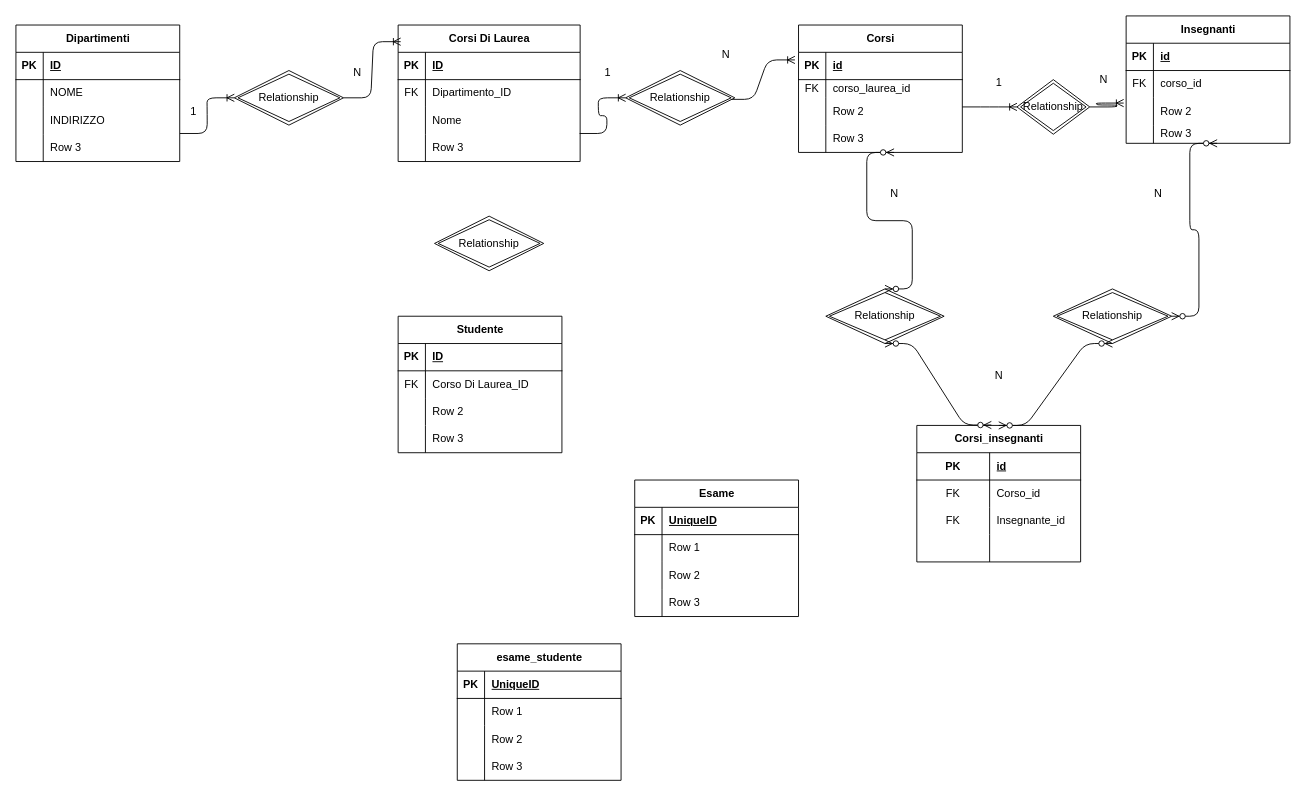
Earlier version of the draw.io diagram Università.drawio (UmbertoCarbone/db-university). Source tidied: cells renumbered, new cells numbered last; positions are measured from the earlier drawing's top-left corner, leaving out a move shared by most shapes. Both pictures are drawn from the tidied source at 91%, with x=0, y=0 at pixel (15, 15).
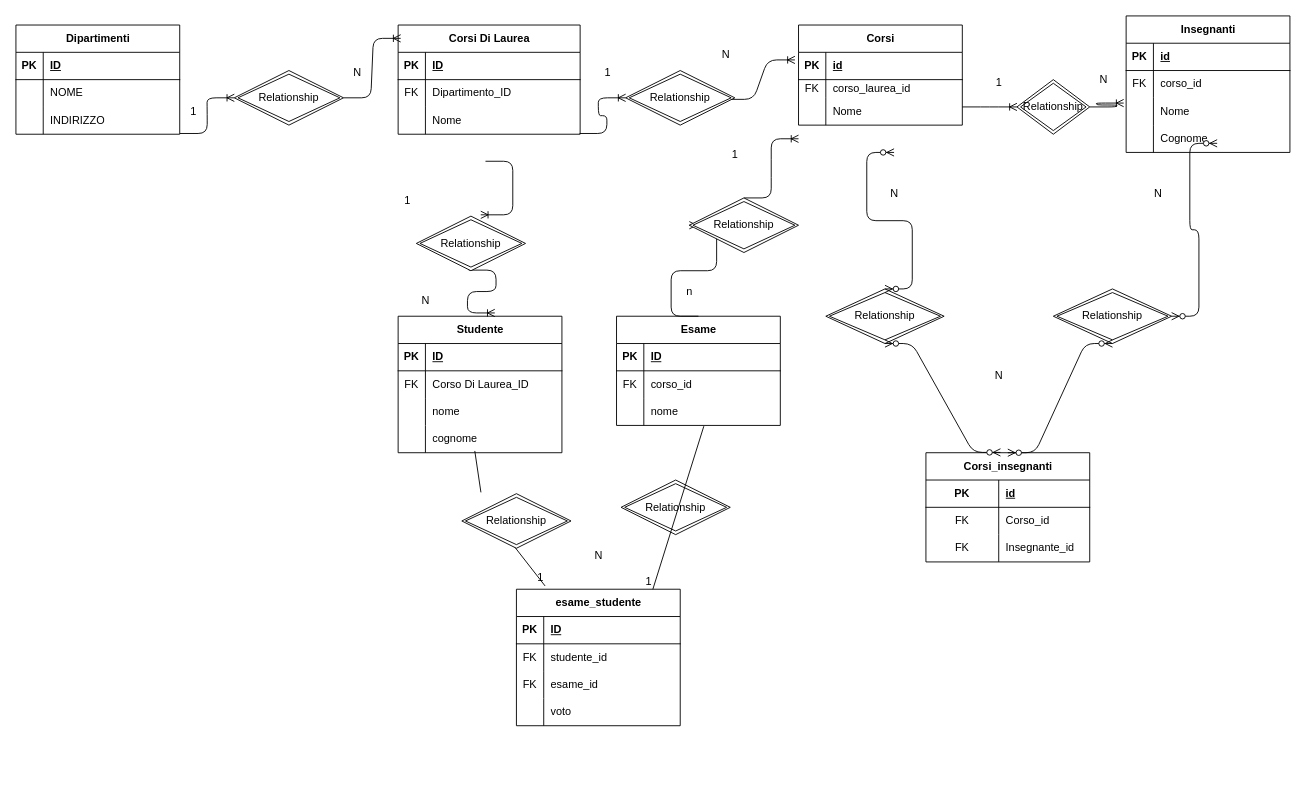
The same diagram, later.

Unchanged cells that the change refers to:
```xml
<mxCell id="35" style="shape=tableRow;horizontal=0;startSize=0;swimlaneHead=0;swimlaneBody=0;fillColor=none;top=0;left=0;right=0;bottom=0;" parent="28" vertex="1">
  <mxGeometry y="80" width="180" height="30" as="geometry" />
</mxCell>
<mxCell id="48" style="shape=tableRow;horizontal=0;startSize=0;swimlaneHead=0;swimlaneBody=0;fillColor=none;top=0;left=0;right=0;bottom=0;" parent="41" vertex="1">
  <mxGeometry y="90" width="180" height="30" as="geometry" />
</mxCell>
<mxCell id="55" style="shape=tableRow;horizontal=0;startSize=0;swimlaneHead=0;swimlaneBody=0;fillColor=none;top=0;left=0;right=0;bottom=1;" parent="54" vertex="1">
  <mxGeometry y="30" width="180" height="30" as="geometry" />
</mxCell>
<mxCell id="58" style="shape=tableRow;horizontal=0;startSize=0;swimlaneHead=0;swimlaneBody=0;fillColor=none;top=0;left=0;right=0;bottom=0;" parent="54" vertex="1">
  <mxGeometry y="60" width="180" height="30" as="geometry" />
</mxCell>
<mxCell id="61" style="shape=tableRow;horizontal=0;startSize=0;swimlaneHead=0;swimlaneBody=0;fillColor=none;points=[[0,0.5],[1,0.5]];portConstraint=eastwest;top=0;left=0;right=0;bottom=0;" parent="54" vertex="1">
  <mxGeometry y="90" width="180" height="30" as="geometry" />
</mxCell>
<mxCell id="67" value="Studente" style="shape=table;startSize=30;childLayout=tableLayout;rowLines=0;fontStyle=1;align=center;html=1;" parent="1" vertex="1">
  <mxGeometry x="420" y="330" width="180" height="150" as="geometry" />
</mxCell>
<mxCell id="74" style="shape=tableRow;horizontal=0;startSize=0;swimlaneHead=0;swimlaneBody=0;fillColor=none;top=0;left=0;right=0;bottom=0;" parent="67" vertex="1">
  <mxGeometry y="90" width="180" height="30" as="geometry" />
</mxCell>
<mxCell id="77" style="shape=tableRow;horizontal=0;startSize=0;swimlaneHead=0;swimlaneBody=0;fillColor=none;points=[[0,0.5],[1,0.5]];portConstraint=eastwest;top=0;left=0;right=0;bottom=0;" parent="67" vertex="1">
  <mxGeometry y="120" width="180" height="30" as="geometry" />
</mxCell>
<mxCell id="83" value="Relationship" style="shape=rhombus;double=1;perimeter=rhombusPerimeter;whiteSpace=wrap;html=1;align=center;" parent="1" vertex="1">
  <mxGeometry x="240" y="60" width="120" height="60" as="geometry" />
</mxCell>
<mxCell id="85" value="Relationship" style="shape=rhombus;double=1;perimeter=rhombusPerimeter;whiteSpace=wrap;html=1;align=center;" parent="1" vertex="1">
  <mxGeometry x="670" y="60" width="120" height="60" as="geometry" />
</mxCell>
<mxCell id="118" style="shape=tableRow;horizontal=0;startSize=0;swimlaneHead=0;swimlaneBody=0;fillColor=none;top=0;left=0;right=0;bottom=1;" parent="117" vertex="1">
  <mxGeometry y="30" width="180" height="30" as="geometry" />
</mxCell>
<mxCell id="121" style="shape=tableRow;horizontal=0;startSize=0;swimlaneHead=0;swimlaneBody=0;fillColor=none;top=0;left=0;right=0;bottom=0;" parent="117" vertex="1">
  <mxGeometry y="60" width="180" height="30" as="geometry" />
</mxCell>
<mxCell id="124" style="shape=tableRow;horizontal=0;startSize=0;swimlaneHead=0;swimlaneBody=0;fillColor=none;top=0;left=0;right=0;bottom=0;" parent="117" vertex="1">
  <mxGeometry y="90" width="180" height="30" as="geometry" />
</mxCell>
<mxCell id="127" style="shape=tableRow;horizontal=0;startSize=0;swimlaneHead=0;swimlaneBody=0;fillColor=none;top=0;left=0;right=0;bottom=0;" parent="117" vertex="1">
  <mxGeometry y="120" width="180" height="30" as="geometry" />
</mxCell>
```

Change to the diagram source:
```diff
@@
     <mxCell id="2" value="Dipartimenti" style="shape=table;startSize=30;childLayout=tableLayout;rowLines=0;fontStyle=1;align=center;html=1;" parent="1" vertex="1">
-      <mxGeometry y="10" width="180" height="150" as="geometry" />
+      <mxGeometry y="10" width="180" height="120" as="geometry" />
     </mxCell>
@@
-    <mxCell id="12" style="shape=tableRow;horizontal=0;startSize=0;swimlaneHead=0;swimlaneBody=0;fillColor=none;points=[[0,0.5],[1,0.5]];portConstraint=eastwest;top=0;left=0;right=0;bottom=0;" parent="2" vertex="1">
-      <mxGeometry y="120" width="180" height="30" as="geometry" />
-    </mxCell>
-    <mxCell id="13" style="shape=partialRectangle;fillColor=none;top=0;left=0;bottom=0;right=0;overflow=hidden;whiteSpace=wrap;html=1;" parent="12" vertex="1">
-      <mxGeometry width="30" height="30" as="geometry" />
-    </mxCell>
-    <mxCell id="14" value="Row 3" style="shape=partialRectangle;fillColor=none;top=0;left=0;bottom=0;right=0;align=left;spacingLeft=6;overflow=hidden;whiteSpace=wrap;html=1;" parent="12" vertex="1">
-      <mxGeometry x="30" width="150" height="30" as="geometry" />
-    </mxCell>
     <mxCell id="15" value="Corsi Di Laurea" style="shape=table;startSize=30;childLayout=tableLayout;rowLines=0;fontStyle=1;align=center;html=1;" parent="1" vertex="1">
-      <mxGeometry x="420" y="10" width="200" height="150" as="geometry" />
+      <mxGeometry x="420" y="10" width="200" height="120" as="geometry" />
     </mxCell>
@@
-    <mxCell id="25" style="shape=tableRow;horizontal=0;startSize=0;swimlaneHead=0;swimlaneBody=0;fillColor=none;points=[[0,0.5],[1,0.5]];portConstraint=eastwest;top=0;left=0;right=0;bottom=0;" parent="15" vertex="1">
-      <mxGeometry y="120" width="200" height="30" as="geometry" />
-    </mxCell>
-    <mxCell id="26" style="shape=partialRectangle;fillColor=none;top=0;left=0;bottom=0;right=0;overflow=hidden;whiteSpace=wrap;html=1;" parent="25" vertex="1">
-      <mxGeometry width="30" height="30" as="geometry" />
-    </mxCell>
-    <mxCell id="27" value="Row 3" style="shape=partialRectangle;fillColor=none;top=0;left=0;bottom=0;right=0;align=left;spacingLeft=6;overflow=hidden;whiteSpace=wrap;html=1;" parent="25" vertex="1">
-      <mxGeometry x="30" width="170" height="30" as="geometry" />
-    </mxCell>
     <mxCell id="28" value="Corsi" style="shape=table;startSize=30;childLayout=tableLayout;rowLines=0;fontStyle=1;align=center;html=1;" parent="1" vertex="1">
-      <mxGeometry x="860" y="10" width="180" height="140" as="geometry" />
+      <mxGeometry x="860" y="10" width="180" height="110" as="geometry" />
     </mxCell>
@@
-    <mxCell id="37" value="Row 2" style="shape=partialRectangle;fillColor=none;top=0;left=0;bottom=0;right=0;align=left;spacingLeft=6;overflow=hidden;whiteSpace=wrap;html=1;" parent="35" vertex="1">
+    <mxCell id="37" value="Nome" style="shape=partialRectangle;fillColor=none;top=0;left=0;bottom=0;right=0;align=left;spacingLeft=6;overflow=hidden;whiteSpace=wrap;html=1;" parent="35" vertex="1">
       <mxGeometry x="30" width="150" height="30" as="geometry" />
     </mxCell>
-    <mxCell id="38" style="shape=tableRow;horizontal=0;startSize=0;swimlaneHead=0;swimlaneBody=0;fillColor=none;top=0;left=0;right=0;bottom=0;" parent="28" vertex="1">
-      <mxGeometry y="110" width="180" height="30" as="geometry" />
-    </mxCell>
-    <mxCell id="39" style="shape=partialRectangle;fillColor=none;top=0;left=0;bottom=0;right=0;overflow=hidden;whiteSpace=wrap;html=1;" parent="38" vertex="1">
-      <mxGeometry width="30" height="30" as="geometry" />
-    </mxCell>
-    <mxCell id="40" value="Row 3" style="shape=partialRectangle;fillColor=none;top=0;left=0;bottom=0;right=0;align=left;spacingLeft=6;overflow=hidden;whiteSpace=wrap;html=1;" parent="38" vertex="1">
-      <mxGeometry x="30" width="150" height="30" as="geometry" />
-    </mxCell>
     <mxCell id="41" value="Insegnanti" style="shape=table;startSize=30;childLayout=tableLayout;rowLines=0;fontStyle=1;align=center;html=1;" parent="1" vertex="1">
-      <mxGeometry x="1220" width="180" height="140" as="geometry" />
+      <mxGeometry x="1220" width="180" height="150" as="geometry" />
     </mxCell>
@@
-    <mxCell id="50" value="Row 2" style="shape=partialRectangle;fillColor=none;top=0;left=0;bottom=0;right=0;align=left;spacingLeft=6;overflow=hidden;whiteSpace=wrap;html=1;" parent="48" vertex="1">
+    <mxCell id="50" value="Nome" style="shape=partialRectangle;fillColor=none;top=0;left=0;bottom=0;right=0;align=left;spacingLeft=6;overflow=hidden;whiteSpace=wrap;html=1;" parent="48" vertex="1">
       <mxGeometry x="30" width="150" height="30" as="geometry" />
     </mxCell>
     <mxCell id="51" style="shape=tableRow;horizontal=0;startSize=0;swimlaneHead=0;swimlaneBody=0;fillColor=none;top=0;left=0;right=0;bottom=0;" parent="41" vertex="1">
-      <mxGeometry y="120" width="180" height="20" as="geometry" />
+      <mxGeometry y="120" width="180" height="30" as="geometry" />
     </mxCell>
     <mxCell id="52" style="shape=partialRectangle;fillColor=none;top=0;left=0;bottom=0;right=0;overflow=hidden;whiteSpace=wrap;html=1;" parent="51" vertex="1">
-      <mxGeometry width="30" height="20" as="geometry" />
+      <mxGeometry width="30" height="30" as="geometry" />
     </mxCell>
-    <mxCell id="53" value="Row 3" style="shape=partialRectangle;fillColor=none;top=0;left=0;bottom=0;right=0;align=left;spacingLeft=6;overflow=hidden;whiteSpace=wrap;html=1;" parent="51" vertex="1">
-      <mxGeometry x="30" width="150" height="20" as="geometry" />
+    <mxCell id="53" value="Cognome" style="shape=partialRectangle;fillColor=none;top=0;left=0;bottom=0;right=0;align=left;spacingLeft=6;overflow=hidden;whiteSpace=wrap;html=1;" parent="51" vertex="1">
+      <mxGeometry x="30" width="150" height="30" as="geometry" />
     </mxCell>
     <mxCell id="54" value="Esame" style="shape=table;startSize=30;childLayout=tableLayout;rowLines=0;fontStyle=1;align=center;html=1;" parent="1" vertex="1">
-      <mxGeometry x="680" y="510" width="180" height="150" as="geometry" />
+      <mxGeometry x="660" y="330" width="180" height="120" as="geometry" />
     </mxCell>
@@
-    <mxCell id="57" value="UniqueID" style="shape=partialRectangle;fillColor=none;top=0;left=0;bottom=0;right=0;align=left;spacingLeft=6;fontStyle=5;overflow=hidden;whiteSpace=wrap;html=1;" parent="55" vertex="1">
+    <mxCell id="57" value="ID" style="shape=partialRectangle;fillColor=none;top=0;left=0;bottom=0;right=0;align=left;spacingLeft=6;fontStyle=5;overflow=hidden;whiteSpace=wrap;html=1;" parent="55" vertex="1">
       <mxGeometry x="30" width="150" height="30" as="geometry" />
     </mxCell>
@@
-    <mxCell id="59" style="shape=partialRectangle;fillColor=none;top=0;left=0;bottom=0;right=0;overflow=hidden;whiteSpace=wrap;html=1;" parent="58" vertex="1">
+    <mxCell id="59" value="FK" style="shape=partialRectangle;fillColor=none;top=0;left=0;bottom=0;right=0;overflow=hidden;whiteSpace=wrap;html=1;" parent="58" vertex="1">
       <mxGeometry width="30" height="30" as="geometry" />
     </mxCell>
-    <mxCell id="60" value="Row 1" style="shape=partialRectangle;fillColor=none;top=0;left=0;bottom=0;right=0;align=left;spacingLeft=6;overflow=hidden;whiteSpace=wrap;html=1;" parent="58" vertex="1">
+    <mxCell id="60" value="corso_id" style="shape=partialRectangle;fillColor=none;top=0;left=0;bottom=0;right=0;align=left;spacingLeft=6;overflow=hidden;whiteSpace=wrap;html=1;" parent="58" vertex="1">
       <mxGeometry x="30" width="150" height="30" as="geometry" />
     </mxCell>
@@
-    <mxCell id="63" value="Row 2" style="shape=partialRectangle;fillColor=none;top=0;left=0;bottom=0;right=0;align=left;spacingLeft=6;overflow=hidden;whiteSpace=wrap;html=1;" parent="61" vertex="1">
+    <mxCell id="63" value="nome" style="shape=partialRectangle;fillColor=none;top=0;left=0;bottom=0;right=0;align=left;spacingLeft=6;overflow=hidden;whiteSpace=wrap;html=1;" parent="61" vertex="1">
       <mxGeometry x="30" width="150" height="30" as="geometry" />
     </mxCell>
-    <mxCell id="64" style="shape=tableRow;horizontal=0;startSize=0;swimlaneHead=0;swimlaneBody=0;fillColor=none;top=0;left=0;right=0;bottom=0;" parent="54" vertex="1">
-      <mxGeometry y="120" width="180" height="30" as="geometry" />
-    </mxCell>
-    <mxCell id="65" style="shape=partialRectangle;fillColor=none;top=0;left=0;bottom=0;right=0;overflow=hidden;whiteSpace=wrap;html=1;" parent="64" vertex="1">
-      <mxGeometry width="30" height="30" as="geometry" />
-    </mxCell>
-    <mxCell id="66" value="Row 3" style="shape=partialRectangle;fillColor=none;top=0;left=0;bottom=0;right=0;align=left;spacingLeft=6;overflow=hidden;whiteSpace=wrap;html=1;" parent="64" vertex="1">
-      <mxGeometry x="30" width="150" height="30" as="geometry" />
-    </mxCell>
@@
-    <mxCell id="76" value="Row 2" style="shape=partialRectangle;fillColor=none;top=0;left=0;bottom=0;right=0;align=left;spacingLeft=6;overflow=hidden;whiteSpace=wrap;html=1;" parent="74" vertex="1">
+    <mxCell id="76" value="nome" style="shape=partialRectangle;fillColor=none;top=0;left=0;bottom=0;right=0;align=left;spacingLeft=6;overflow=hidden;whiteSpace=wrap;html=1;" parent="74" vertex="1">
       <mxGeometry x="30" width="150" height="30" as="geometry" />
     </mxCell>
@@
-    <mxCell id="79" value="Row 3" style="shape=partialRectangle;fillColor=none;top=0;left=0;bottom=0;right=0;align=left;spacingLeft=6;overflow=hidden;whiteSpace=wrap;html=1;" parent="77" vertex="1">
+    <mxCell id="79" value="cognome" style="shape=partialRectangle;fillColor=none;top=0;left=0;bottom=0;right=0;align=left;spacingLeft=6;overflow=hidden;whiteSpace=wrap;html=1;" parent="77" vertex="1">
       <mxGeometry x="30" width="150" height="30" as="geometry" />
     </mxCell>
@@
-    <mxCell id="82" style="edgeStyle=entityRelationEdgeStyle;fontSize=12;html=1;endArrow=ERoneToMany;exitX=1.001;exitY=-0.027;exitDx=0;exitDy=0;exitPerimeter=0;" parent="1" edge="1" source="12" target="83">
-      <mxGeometry relative="1" as="geometry" />
+    <mxCell id="82" style="edgeStyle=entityRelationEdgeStyle;fontSize=12;html=1;endArrow=ERoneToMany;exitX=1.001;exitY=-0.027;exitDx=0;exitDy=0;exitPerimeter=0;" parent="1" edge="1" target="83">
+      <mxGeometry relative="1" as="geometry">
+        <mxPoint x="180.2" y="129.2" as="sourcePoint" />
+      </mxGeometry>
     </mxCell>
@@
-    <mxCell id="84" style="edgeStyle=entityRelationEdgeStyle;fontSize=12;html=1;endArrow=ERoneToMany;exitX=0.997;exitY=-0.027;exitDx=0;exitDy=0;exitPerimeter=0;entryX=0;entryY=0.5;entryDx=0;entryDy=0;" parent="1" edge="1" source="25" target="85">
-      <mxGeometry relative="1" as="geometry" />
+    <mxCell id="84" style="edgeStyle=entityRelationEdgeStyle;fontSize=12;html=1;endArrow=ERoneToMany;exitX=0.997;exitY=-0.027;exitDx=0;exitDy=0;exitPerimeter=0;entryX=0;entryY=0.5;entryDx=0;entryDy=0;" parent="1" edge="1" target="85">
+      <mxGeometry relative="1" as="geometry">
+        <mxPoint x="619.4" y="129.2" as="sourcePoint" />
+      </mxGeometry>
     </mxCell>
@@
     <mxCell id="92" value="Corsi_insegnanti" style="shape=table;startSize=30;childLayout=tableLayout;rowLines=0;fontStyle=1;align=center;html=1;" parent="1" vertex="1">
-      <mxGeometry x="990" y="450" width="180" height="150" as="geometry" />
+      <mxGeometry x="1000" y="480" width="180" height="120" as="geometry" />
     </mxCell>
@@
-    <mxCell id="102" style="shape=tableRow;horizontal=0;startSize=0;swimlaneHead=0;swimlaneBody=0;fillColor=none;top=0;left=0;right=0;bottom=0;" parent="92" vertex="1">
-      <mxGeometry y="120" width="180" height="30" as="geometry" />
-    </mxCell>
-    <mxCell id="103" style="shape=partialRectangle;fillColor=none;top=0;left=0;bottom=0;right=0;overflow=hidden;whiteSpace=wrap;html=1;" parent="102" vertex="1">
-      <mxGeometry width="80" height="30" as="geometry" />
-    </mxCell>
-    <mxCell id="104" style="shape=partialRectangle;fillColor=none;top=0;left=0;bottom=0;right=0;align=left;spacingLeft=6;overflow=hidden;whiteSpace=wrap;html=1;" parent="102" vertex="1">
-      <mxGeometry x="80" width="100" height="30" as="geometry" />
-    </mxCell>
@@
     <mxCell id="117" value="esame_studente" style="shape=table;startSize=30;childLayout=tableLayout;rowLines=0;fontStyle=1;align=center;html=1;" parent="1" vertex="1">
-      <mxGeometry x="485" y="690" width="180" height="150" as="geometry" />
+      <mxGeometry x="550" y="630" width="180" height="150" as="geometry" />
     </mxCell>
@@
-    <mxCell id="120" value="UniqueID" style="shape=partialRectangle;fillColor=none;top=0;left=0;bottom=0;right=0;align=left;spacingLeft=6;fontStyle=5;overflow=hidden;whiteSpace=wrap;html=1;" parent="118" vertex="1">
+    <mxCell id="120" value="ID" style="shape=partialRectangle;fillColor=none;top=0;left=0;bottom=0;right=0;align=left;spacingLeft=6;fontStyle=5;overflow=hidden;whiteSpace=wrap;html=1;" parent="118" vertex="1">
       <mxGeometry x="30" width="150" height="30" as="geometry" />
     </mxCell>
@@
-    <mxCell id="122" style="shape=partialRectangle;fillColor=none;top=0;left=0;bottom=0;right=0;overflow=hidden;whiteSpace=wrap;html=1;" parent="121" vertex="1">
+    <mxCell id="122" value="FK" style="shape=partialRectangle;fillColor=none;top=0;left=0;bottom=0;right=0;overflow=hidden;whiteSpace=wrap;html=1;" parent="121" vertex="1">
       <mxGeometry width="30" height="30" as="geometry" />
     </mxCell>
-    <mxCell id="123" value="Row 1" style="shape=partialRectangle;fillColor=none;top=0;left=0;bottom=0;right=0;align=left;spacingLeft=6;overflow=hidden;whiteSpace=wrap;html=1;" parent="121" vertex="1">
+    <mxCell id="123" value="studente_id" style="shape=partialRectangle;fillColor=none;top=0;left=0;bottom=0;right=0;align=left;spacingLeft=6;overflow=hidden;whiteSpace=wrap;html=1;" parent="121" vertex="1">
       <mxGeometry x="30" width="150" height="30" as="geometry" />
     </mxCell>
@@
-    <mxCell id="125" style="shape=partialRectangle;fillColor=none;top=0;left=0;bottom=0;right=0;overflow=hidden;whiteSpace=wrap;html=1;" parent="124" vertex="1">
+    <mxCell id="125" value="FK" style="shape=partialRectangle;fillColor=none;top=0;left=0;bottom=0;right=0;overflow=hidden;whiteSpace=wrap;html=1;" parent="124" vertex="1">
       <mxGeometry width="30" height="30" as="geometry" />
     </mxCell>
-    <mxCell id="126" value="Row 2" style="shape=partialRectangle;fillColor=none;top=0;left=0;bottom=0;right=0;align=left;spacingLeft=6;overflow=hidden;whiteSpace=wrap;html=1;" parent="124" vertex="1">
+    <mxCell id="126" value="esame_id" style="shape=partialRectangle;fillColor=none;top=0;left=0;bottom=0;right=0;align=left;spacingLeft=6;overflow=hidden;whiteSpace=wrap;html=1;" parent="124" vertex="1">
       <mxGeometry x="30" width="150" height="30" as="geometry" />
     </mxCell>
@@
-    <mxCell id="129" value="Row 3" style="shape=partialRectangle;fillColor=none;top=0;left=0;bottom=0;right=0;align=left;spacingLeft=6;overflow=hidden;whiteSpace=wrap;html=1;" parent="127" vertex="1">
+    <mxCell id="129" value="voto" style="shape=partialRectangle;fillColor=none;top=0;left=0;bottom=0;right=0;align=left;spacingLeft=6;overflow=hidden;whiteSpace=wrap;html=1;" parent="127" vertex="1">
       <mxGeometry x="30" width="150" height="30" as="geometry" />
     </mxCell>
+    <mxCell id="131" style="edgeStyle=entityRelationEdgeStyle;fontSize=12;html=1;endArrow=ERoneToMany;exitX=0.48;exitY=0.989;exitDx=0;exitDy=0;exitPerimeter=0;entryX=0.59;entryY=-0.024;entryDx=0;entryDy=0;entryPerimeter=0;" parent="1" edge="1" source="130" target="67">
+      <mxGeometry relative="1" as="geometry">
+        <Array as="points">
+          <mxPoint x="820" y="240" />
+          <mxPoint x="520" y="240" />
+          <mxPoint x="850" y="280" />
+        </Array>
+      </mxGeometry>
+    </mxCell>
+    <mxCell id="132" style="edgeStyle=entityRelationEdgeStyle;fontSize=12;html=1;endArrow=ERoneToMany;exitX=0.48;exitY=0.989;exitDx=0;exitDy=0;exitPerimeter=0;entryX=0.59;entryY=-0.024;entryDx=0;entryDy=0;entryPerimeter=0;" parent="1" edge="1" target="130">
+      <mxGeometry relative="1" as="geometry">
+        <mxPoint x="516" y="159.7" as="sourcePoint" />
+      </mxGeometry>
+    </mxCell>
     <mxCell id="130" value="Relationship" style="shape=rhombus;double=1;perimeter=rhombusPerimeter;whiteSpace=wrap;html=1;align=center;" parent="1" vertex="1">
-      <mxGeometry x="460" y="220" width="120" height="60" as="geometry" />
+      <mxGeometry x="440" y="220" width="120" height="60" as="geometry" />
     </mxCell>
+    <mxCell id="133" value="1" style="text;html=1;align=center;verticalAlign=middle;strokeColor=none;fillColor=none;" parent="1" vertex="1">
+      <mxGeometry x="415" y="188" width="30" height="30" as="geometry" />
+    </mxCell>
+    <mxCell id="134" value="N" style="text;html=1;align=center;verticalAlign=middle;strokeColor=none;fillColor=none;" parent="1" vertex="1">
+      <mxGeometry x="435" y="298" width="30" height="30" as="geometry" />
+    </mxCell>
+    <mxCell id="135" style="edgeStyle=entityRelationEdgeStyle;fontSize=12;html=1;endArrow=ERoneToMany;entryX=0;entryY=0.5;entryDx=0;entryDy=0;exitX=0.5;exitY=0;exitDx=0;exitDy=0;" parent="1" edge="1" source="137">
+      <mxGeometry relative="1" as="geometry">
+        <mxPoint x="860" y="135" as="targetPoint" />
+      </mxGeometry>
+    </mxCell>
+    <mxCell id="136" style="edgeStyle=entityRelationEdgeStyle;fontSize=12;html=1;endArrow=ERoneToMany;entryX=0;entryY=0.5;entryDx=0;entryDy=0;exitX=0.5;exitY=0;exitDx=0;exitDy=0;" parent="1" edge="1" source="54" target="137">
+      <mxGeometry relative="1" as="geometry">
+        <Array as="points">
+          <mxPoint x="880" y="380" />
+        </Array>
+      </mxGeometry>
+    </mxCell>
+    <mxCell id="137" value="Relationship" style="shape=rhombus;double=1;perimeter=rhombusPerimeter;whiteSpace=wrap;html=1;align=center;" parent="1" vertex="1">
+      <mxGeometry x="740" y="200" width="120" height="60" as="geometry" />
+    </mxCell>
+    <mxCell id="138" value="1" style="text;html=1;align=center;verticalAlign=middle;strokeColor=none;fillColor=none;" parent="1" vertex="1">
+      <mxGeometry x="775" y="138" width="30" height="30" as="geometry" />
+    </mxCell>
+    <mxCell id="139" value="n" style="text;html=1;align=center;verticalAlign=middle;strokeColor=none;fillColor=none;" parent="1" vertex="1">
+      <mxGeometry x="725" y="288" width="30" height="30" as="geometry" />
+    </mxCell>
+    <mxCell id="140" value="Relationship" style="shape=rhombus;double=1;perimeter=rhombusPerimeter;whiteSpace=wrap;html=1;align=center;" parent="1" vertex="1">
+      <mxGeometry x="665" y="510" width="120" height="60" as="geometry" />
+    </mxCell>
+    <mxCell id="141" style="endArrow=none;html=1;rounded=0;exitX=0.468;exitY=0.935;exitDx=0;exitDy=0;exitPerimeter=0;entryX=0.175;entryY=-0.024;entryDx=0;entryDy=0;entryPerimeter=0;" parent="1" edge="1" source="144" target="117">
+      <mxGeometry relative="1" as="geometry" />
+    </mxCell>
+    <mxCell id="142" value="1" style="html=1;whiteSpace=wrap;align=right;verticalAlign=bottom;" parent="141" vertex="1">
+      <mxGeometry x="1" relative="1" as="geometry" />
+    </mxCell>
+    <mxCell id="143" style="endArrow=none;html=1;rounded=0;exitX=0.468;exitY=0.935;exitDx=0;exitDy=0;exitPerimeter=0;entryX=0.175;entryY=-0.024;entryDx=0;entryDy=0;entryPerimeter=0;" parent="1" edge="1" source="77" target="144">
+      <mxGeometry relative="1" as="geometry" />
+    </mxCell>
+    <mxCell id="144" value="Relationship" style="shape=rhombus;double=1;perimeter=rhombusPerimeter;whiteSpace=wrap;html=1;align=center;" parent="1" vertex="1">
+      <mxGeometry x="490" y="525" width="120" height="60" as="geometry" />
+    </mxCell>
+    <mxCell id="145" style="endArrow=none;html=1;rounded=0;entryX=0.833;entryY=0;entryDx=0;entryDy=0;entryPerimeter=0;exitX=0.533;exitY=1.027;exitDx=0;exitDy=0;exitPerimeter=0;" parent="1" edge="1" source="61" target="117">
+      <mxGeometry relative="1" as="geometry" />
+    </mxCell>
+    <mxCell id="146" value="1" style="html=1;whiteSpace=wrap;align=right;verticalAlign=bottom;" parent="145" vertex="1">
+      <mxGeometry x="1" relative="1" as="geometry" />
+    </mxCell>
+    <mxCell id="147" value="N" style="text;html=1;align=center;verticalAlign=middle;strokeColor=none;fillColor=none;" parent="1" vertex="1">
+      <mxGeometry x="625" y="578" width="30" height="30" as="geometry" />
+    </mxCell>
```
